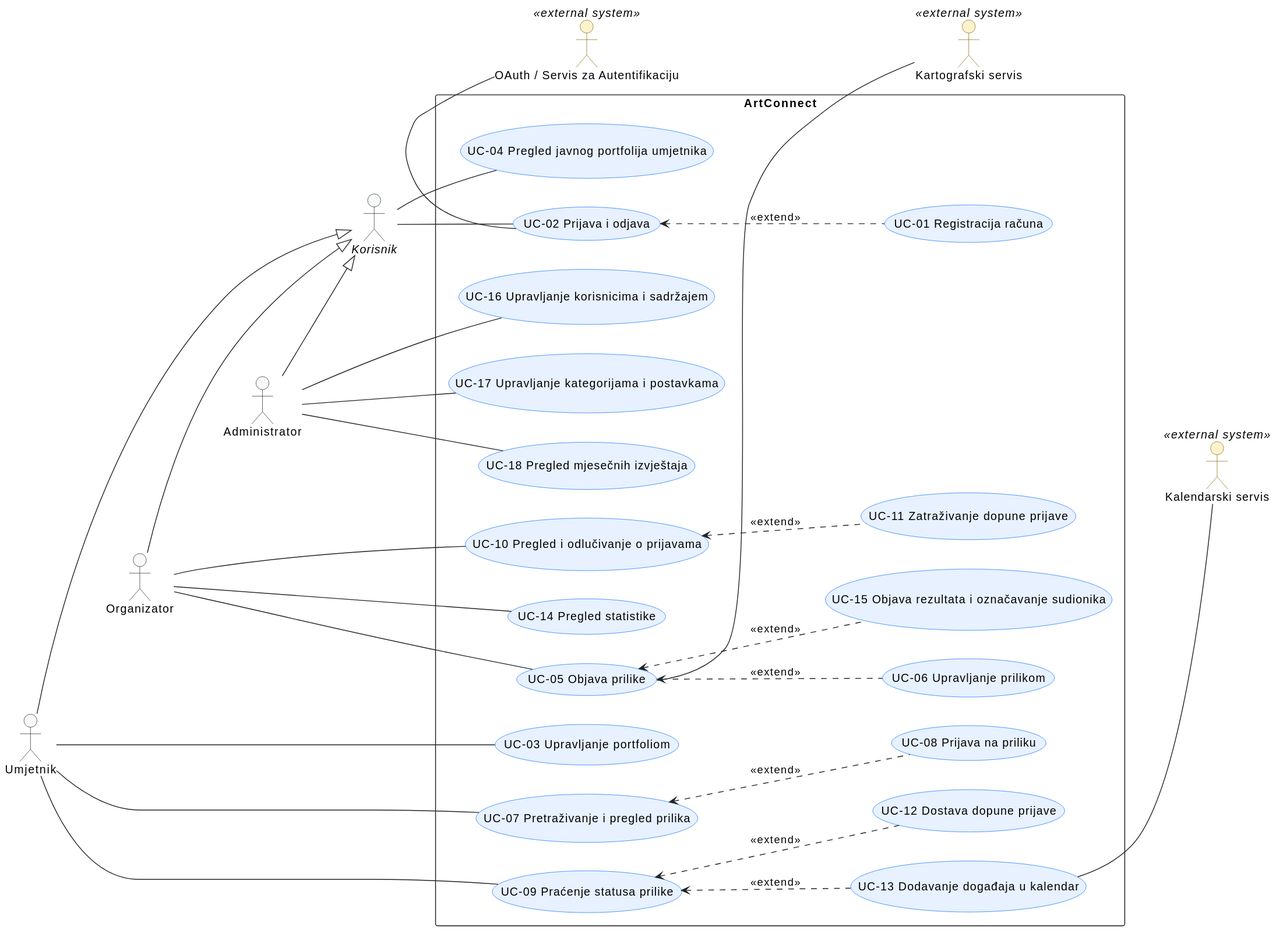
Earlier version of the PlantUML export docs/assets/diagrams/3-1-artconnect-use-cases.svg (kovaacicc/ArtConnect).
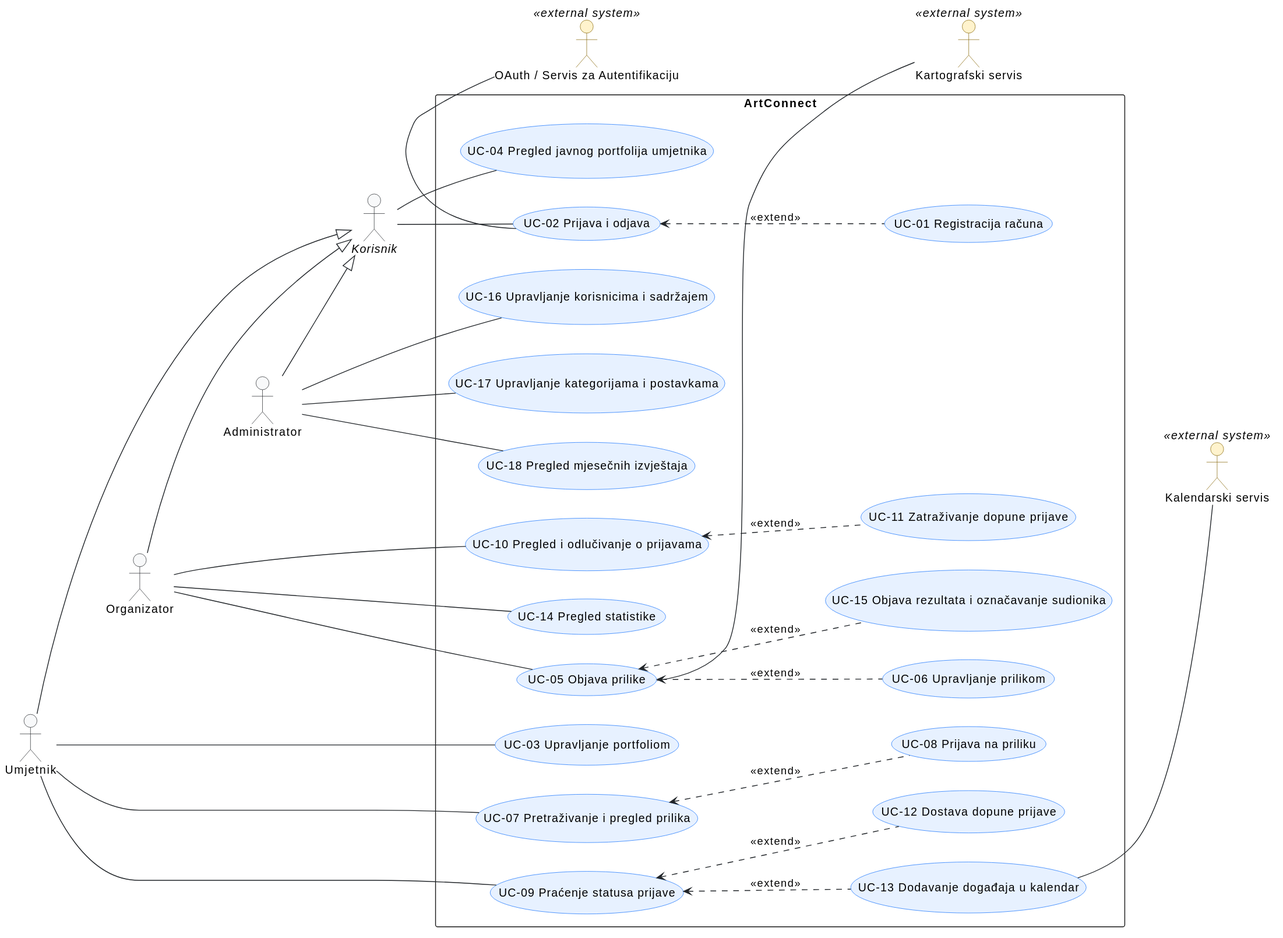
The same diagram one commit later.

The edit, as a diff of the source:
```diff
@@ -54,7 +54,7 @@
 
     (UC-07 Pretraživanje i pregled prilika) as UC_PregledPrilika
     (UC-08 Prijava na priliku) as UC_PrijavaPrilika
-    (UC-09 Praćenje statusa prilike) as UC_Status
+    (UC-09 Praćenje statusa prijave) as UC_Status
     (UC-12 Dostava dopune prijave) as UC_DopunaUmjetnik
     (UC-13 Dodavanje događaja u kalendar) as UC_Kalendar
 
```
